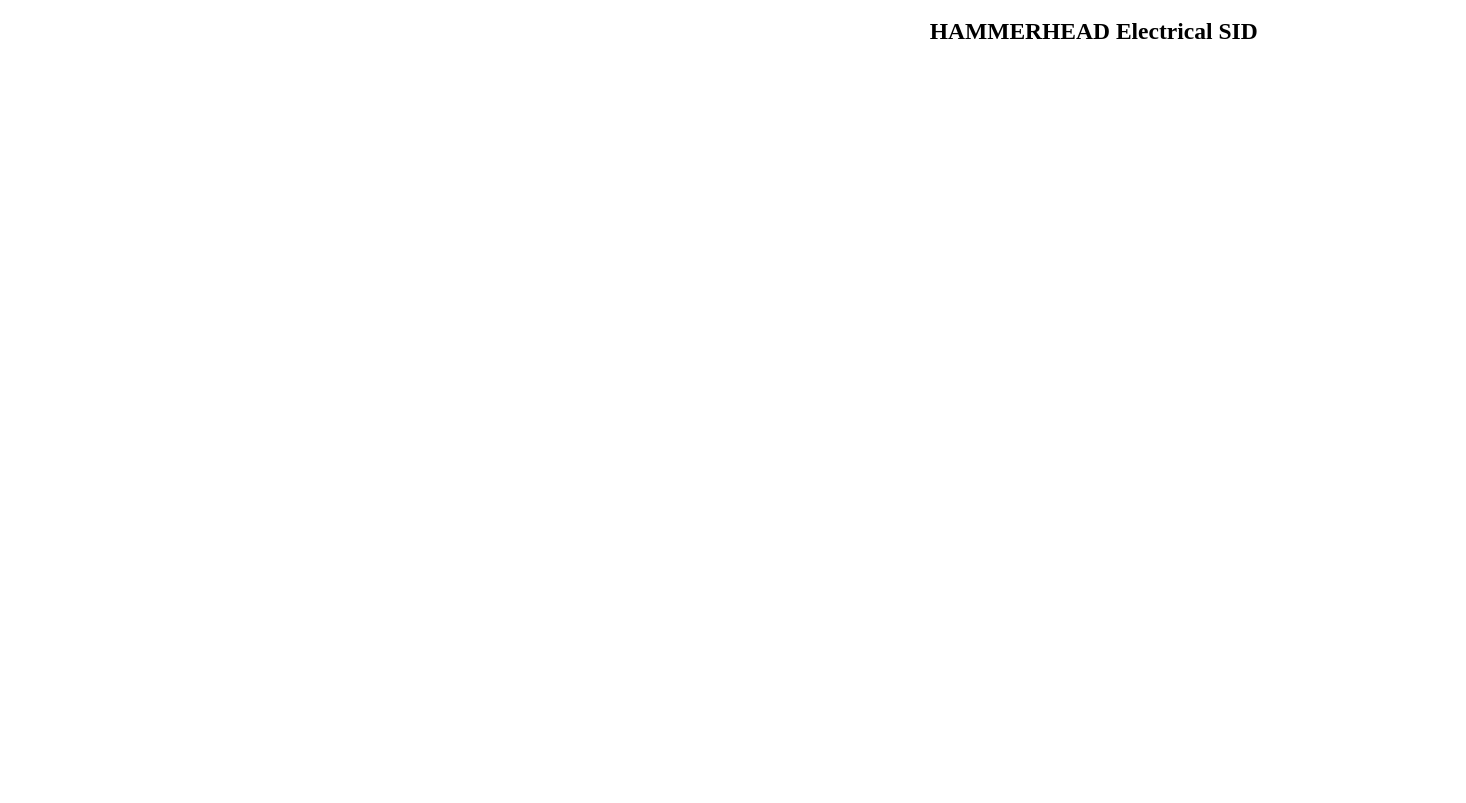
Above: HammerheadSID.drawio in sam4413/RobosubSIDs (draw.io), before the change. Source tidied: cells renumbered, new cells numbered last; positions are measured from the earlier drawing's top-left corner, leaving out a move shared by most shapes. Both pictures are drawn from the tidied source at 84%, with x=0, y=0 at pixel (737, 14).
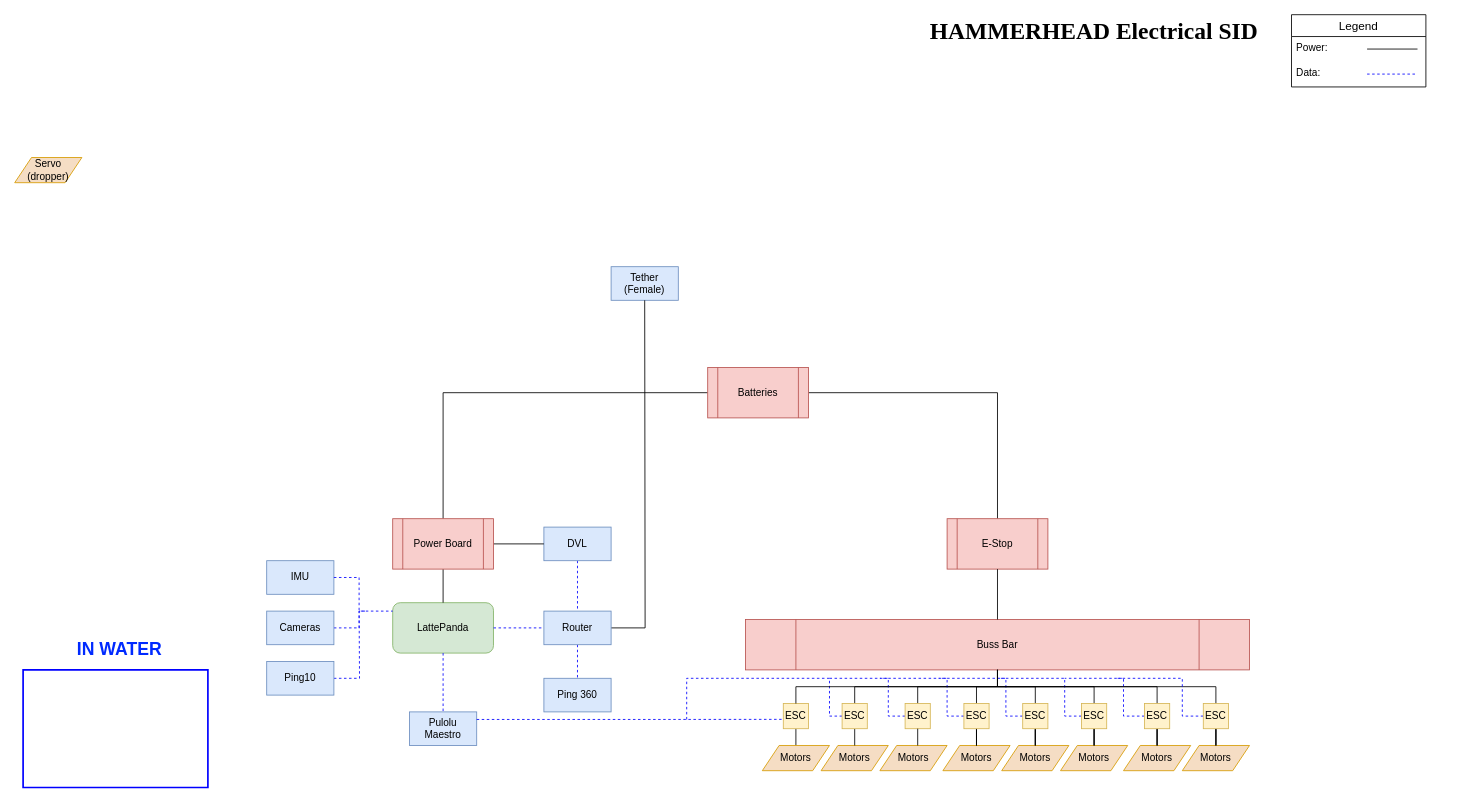
The same diagram, later.

What changed in the source:
```diff
@@
-<mxGraphModel>
+<mxGraphModel background="light-dark(#FFFFFF,#121212)">
@@
+    <mxCell id="3" value="LattePanda" style="rounded=1;whiteSpace=wrap;html=1;fillColor=#d5e8d4;strokeColor=#82b366;" parent="1" vertex="1">
+      <mxGeometry x="-410" y="700" width="120" height="60" as="geometry" />
+    </mxCell>
+    <mxCell id="4" value="IMU" style="rounded=0;whiteSpace=wrap;html=1;fillColor=#dae8fc;strokeColor=#6c8ebf;" parent="1" vertex="1">
+      <mxGeometry x="-560" y="650" width="80" height="40" as="geometry" />
+    </mxCell>
+    <mxCell id="5" style="edgeStyle=orthogonalEdgeStyle;rounded=0;jettySize=auto;html=1;endArrow=none;endFill=0;dashed=1;strokeColor=light-dark(#0000FF,#FFFFFF);" parent="1" edge="1" source="6" target="27">
+      <mxGeometry relative="1" as="geometry" />
+    </mxCell>
+    <mxCell id="6" value="&lt;div&gt;&lt;span style=&quot;background-color: transparent; color: light-dark(rgb(0, 0, 0), rgb(255, 255, 255));&quot;&gt;DVL&lt;/span&gt;&lt;/div&gt;" style="rounded=0;whiteSpace=wrap;html=1;fillColor=#dae8fc;strokeColor=#6c8ebf;" parent="1" vertex="1">
+      <mxGeometry x="-230" y="610" width="80" height="40" as="geometry" />
+    </mxCell>
+    <mxCell id="7" style="edgeStyle=orthogonalEdgeStyle;rounded=0;jettySize=auto;html=1;exitX=0.5;exitY=1;exitDx=0;exitDy=0;entryX=0.5;entryY=0;entryDx=0;entryDy=0;endArrow=none;endFill=0;" parent="1" edge="1" source="8" target="20">
+      <mxGeometry relative="1" as="geometry" />
+    </mxCell>
+    <mxCell id="8" value="ESC" style="whiteSpace=wrap;html=1;fillColor=#fff2cc;strokeColor=#d6b656;" parent="1" vertex="1">
+      <mxGeometry x="55" y="820" width="30" height="30" as="geometry" />
+    </mxCell>
+    <mxCell id="9" value="Pulolu Maestro" style="rounded=0;whiteSpace=wrap;html=1;fillColor=#dae8fc;strokeColor=#6c8ebf;" parent="1" vertex="1">
+      <mxGeometry x="-390" y="830" width="80" height="40" as="geometry" />
+    </mxCell>
+    <mxCell id="10" value="Legend" style="swimlane;fontStyle=0;horizontal=1;startSize=26;align=center;fontSize=14;" parent="1" vertex="1">
+      <mxGeometry x="660" width="160" height="86" as="geometry" />
+    </mxCell>
+    <mxCell id="11" value="Power:" style="text;strokeColor=none;fillColor=none;spacingLeft=4;spacingRight=4;overflow=hidden;fontSize=12;whiteSpace=wrap;html=1;" parent="10" vertex="1">
+      <mxGeometry y="26" width="160" height="30" as="geometry" />
+    </mxCell>
+    <mxCell id="12" value="Data:" style="text;strokeColor=none;fillColor=none;spacingLeft=4;spacingRight=4;overflow=hidden;fontSize=12;whiteSpace=wrap;html=1;" parent="10" vertex="1">
+      <mxGeometry y="56" width="160" height="30" as="geometry" />
+    </mxCell>
+    <mxCell id="13" style="endArrow=none;dashed=1;html=1;rounded=0;strokeColor=light-dark(#0000FF,#FFFFFF);" parent="10" edge="1">
+      <mxGeometry relative="1" as="geometry">
+        <mxPoint x="90" y="70.7" as="sourcePoint" />
+        <mxPoint x="150" y="70.7" as="targetPoint" />
+      </mxGeometry>
+    </mxCell>
+    <mxCell id="14" style="endArrow=none;html=1;rounded=0;" parent="1" edge="1">
+      <mxGeometry relative="1" as="geometry">
+        <mxPoint x="750" y="40.9" as="sourcePoint" />
+        <mxPoint x="810" y="40.9" as="targetPoint" />
+      </mxGeometry>
+    </mxCell>
+    <mxCell id="15" value="Tether (Female)" style="rounded=0;whiteSpace=wrap;html=1;fillColor=#dae8fc;strokeColor=#6c8ebf;" parent="1" vertex="1">
+      <mxGeometry x="-150" y="300" width="80" height="40" as="geometry" />
+    </mxCell>
+    <mxCell id="16" style="edgeStyle=orthogonalEdgeStyle;rounded=0;jettySize=auto;html=1;entryX=0.5;entryY=0;entryDx=0;entryDy=0;endArrow=none;endFill=0;" parent="1" edge="1" source="18" target="30">
+      <mxGeometry relative="1" as="geometry" />
+    </mxCell>
+    <mxCell id="17" style="edgeStyle=orthogonalEdgeStyle;rounded=0;jettySize=auto;html=1;entryX=0.5;entryY=0;entryDx=0;entryDy=0;endArrow=none;endFill=0;" parent="1" edge="1" source="18" target="24">
+      <mxGeometry relative="1" as="geometry" />
+    </mxCell>
+    <mxCell id="18" value="Batteries" style="shape=process;whiteSpace=wrap;html=1;backgroundOutline=1;fillColor=#f8cecc;strokeColor=#b85450;" parent="1" vertex="1">
+      <mxGeometry x="-35" y="420" width="120" height="60" as="geometry" />
+    </mxCell>
+    <mxCell id="19" value="Buss Bar" style="shape=process;whiteSpace=wrap;html=1;backgroundOutline=1;fillColor=#f8cecc;strokeColor=#b85450;" parent="1" vertex="1">
+      <mxGeometry x="10" y="720" width="600" height="60" as="geometry" />
+    </mxCell>
+    <mxCell id="20" value="Motors" style="shape=parallelogram;perimeter=parallelogramPerimeter;whiteSpace=wrap;html=1;fixedSize=1;fillColor=#F5DDC4;strokeColor=#d79b00;" parent="1" vertex="1">
+      <mxGeometry x="30" y="870" width="80" height="30" as="geometry" />
+    </mxCell>
+    <mxCell id="21" value="Servo (dropper)" style="shape=parallelogram;perimeter=parallelogramPerimeter;whiteSpace=wrap;html=1;fixedSize=1;fillColor=#F5DDC4;strokeColor=#d79b00;" parent="1" vertex="1">
+      <mxGeometry x="-860" y="170" width="80" height="30" as="geometry" />
+    </mxCell>
+    <mxCell id="22" style="edgeStyle=orthogonalEdgeStyle;rounded=0;jettySize=auto;html=1;endArrow=none;endFill=0;" parent="1" edge="1" source="24" target="3">
+      <mxGeometry relative="1" as="geometry" />
+    </mxCell>
+    <mxCell id="23" style="edgeStyle=orthogonalEdgeStyle;rounded=0;jettySize=auto;html=1;endArrow=none;endFill=0;" parent="1" edge="1" source="24" target="6">
+      <mxGeometry relative="1" as="geometry" />
+    </mxCell>
+    <mxCell id="24" value="Power Board" style="shape=process;whiteSpace=wrap;html=1;backgroundOutline=1;fillColor=#f8cecc;strokeColor=#b85450;" parent="1" vertex="1">
+      <mxGeometry x="-410" y="600" width="120" height="60" as="geometry" />
+    </mxCell>
+    <mxCell id="25" style="edgeStyle=orthogonalEdgeStyle;rounded=0;jettySize=auto;html=1;endArrow=none;endFill=0;dashed=1;strokeColor=light-dark(#0000FF,#FFFFFF);" parent="1" edge="1" source="27" target="71">
+      <mxGeometry relative="1" as="geometry" />
+    </mxCell>
+    <mxCell id="26" style="edgeStyle=orthogonalEdgeStyle;rounded=0;jettySize=auto;html=1;endArrow=none;endFill=0;" parent="1" edge="1" source="27">
+      <mxGeometry relative="1" as="geometry">
+        <mxPoint x="-110" y="340" as="targetPoint" />
+      </mxGeometry>
+    </mxCell>
+    <mxCell id="27" value="Router" style="rounded=0;whiteSpace=wrap;html=1;fillColor=#dae8fc;strokeColor=#6c8ebf;" parent="1" vertex="1">
+      <mxGeometry x="-230" y="710" width="80" height="40" as="geometry" />
+    </mxCell>
+    <mxCell id="28" style="endArrow=none;dashed=1;html=1;rounded=0;exitX=1;exitY=0.5;exitDx=0;exitDy=0;entryX=0;entryY=0.5;entryDx=0;entryDy=0;strokeColor=light-dark(#0000FF,#FFFFFF);" parent="1" edge="1" source="3" target="27">
+      <mxGeometry relative="1" as="geometry" />
+    </mxCell>
+    <mxCell id="29" style="endArrow=none;dashed=1;html=1;rounded=0;exitX=0.5;exitY=1;exitDx=0;exitDy=0;entryX=0.5;entryY=0;entryDx=0;entryDy=0;strokeColor=light-dark(#0000FF,#FFFFFF);" parent="1" edge="1" source="3" target="9">
+      <mxGeometry relative="1" as="geometry" />
+    </mxCell>
+    <mxCell id="30" value="E-Stop" style="shape=process;whiteSpace=wrap;html=1;backgroundOutline=1;fillColor=#f8cecc;strokeColor=#b85450;" parent="1" vertex="1">
+      <mxGeometry x="250" y="600" width="120" height="60" as="geometry" />
+    </mxCell>
+    <mxCell id="31" value="Motors" style="shape=parallelogram;perimeter=parallelogramPerimeter;whiteSpace=wrap;html=1;fixedSize=1;fillColor=#F5DDC4;strokeColor=#d79b00;" parent="1" vertex="1">
+      <mxGeometry x="100" y="870" width="80" height="30" as="geometry" />
+    </mxCell>
+    <mxCell id="32" value="Motors" style="shape=parallelogram;perimeter=parallelogramPerimeter;whiteSpace=wrap;html=1;fixedSize=1;fillColor=#F5DDC4;strokeColor=#d79b00;" parent="1" vertex="1">
+      <mxGeometry x="170" y="870" width="80" height="30" as="geometry" />
+    </mxCell>
+    <mxCell id="33" value="Motors" style="shape=parallelogram;perimeter=parallelogramPerimeter;whiteSpace=wrap;html=1;fixedSize=1;fillColor=#F5DDC4;strokeColor=#d79b00;" parent="1" vertex="1">
+      <mxGeometry x="245" y="870" width="80" height="30" as="geometry" />
+    </mxCell>
+    <mxCell id="34" value="Motors" style="shape=parallelogram;perimeter=parallelogramPerimeter;whiteSpace=wrap;html=1;fixedSize=1;fillColor=#F5DDC4;strokeColor=#d79b00;" parent="1" vertex="1">
+      <mxGeometry x="315" y="870" width="80" height="30" as="geometry" />
+    </mxCell>
+    <mxCell id="35" value="Motors" style="shape=parallelogram;perimeter=parallelogramPerimeter;whiteSpace=wrap;html=1;fixedSize=1;fillColor=#F5DDC4;strokeColor=#d79b00;" parent="1" vertex="1">
+      <mxGeometry x="385" y="870" width="80" height="30" as="geometry" />
+    </mxCell>
+    <mxCell id="36" value="Motors" style="shape=parallelogram;perimeter=parallelogramPerimeter;whiteSpace=wrap;html=1;fixedSize=1;fillColor=#F5DDC4;strokeColor=#d79b00;" parent="1" vertex="1">
+      <mxGeometry x="460" y="870" width="80" height="30" as="geometry" />
+    </mxCell>
+    <mxCell id="37" value="Motors" style="shape=parallelogram;perimeter=parallelogramPerimeter;whiteSpace=wrap;html=1;fixedSize=1;fillColor=#F5DDC4;strokeColor=#d79b00;" parent="1" vertex="1">
+      <mxGeometry x="530" y="870" width="80" height="30" as="geometry" />
+    </mxCell>
+    <mxCell id="38" style="edgeStyle=orthogonalEdgeStyle;rounded=0;jettySize=auto;html=1;endArrow=none;endFill=0;" parent="1" edge="1" source="41" target="19">
+      <mxGeometry relative="1" as="geometry" />
+    </mxCell>
+    <mxCell id="39" style="edgeStyle=orthogonalEdgeStyle;rounded=0;jettySize=auto;html=1;exitX=0.5;exitY=1;exitDx=0;exitDy=0;entryX=0.5;entryY=0;entryDx=0;entryDy=0;endArrow=none;endFill=0;" parent="1" edge="1" source="41" target="31">
+      <mxGeometry relative="1" as="geometry" />
+    </mxCell>
+    <mxCell id="40" style="edgeStyle=orthogonalEdgeStyle;rounded=0;jettySize=auto;html=1;exitX=0;exitY=0.5;exitDx=0;exitDy=0;endArrow=none;endFill=0;dashed=1;strokeColor=light-dark(#0000FF,#FFFFFF);" parent="1" edge="1" source="41">
+      <mxGeometry relative="1" as="geometry">
+        <mxPoint x="-60" y="840" as="targetPoint" />
+        <Array as="points">
+          <mxPoint x="110" y="835" />
+          <mxPoint x="110" y="790" />
+          <mxPoint x="-60" y="790" />
+        </Array>
+      </mxGeometry>
+    </mxCell>
+    <mxCell id="41" value="ESC" style="whiteSpace=wrap;html=1;fillColor=#fff2cc;strokeColor=#d6b656;" parent="1" vertex="1">
+      <mxGeometry x="125" y="820" width="30" height="30" as="geometry" />
+    </mxCell>
+    <mxCell id="42" style="edgeStyle=orthogonalEdgeStyle;rounded=0;jettySize=auto;html=1;endArrow=none;endFill=0;" parent="1" edge="1" source="44" target="19">
+      <mxGeometry relative="1" as="geometry" />
+    </mxCell>
+    <mxCell id="43" style="edgeStyle=orthogonalEdgeStyle;rounded=0;jettySize=auto;html=1;exitX=0;exitY=0.5;exitDx=0;exitDy=0;endArrow=none;endFill=0;dashed=1;strokeColor=light-dark(#0000FF,#FFFFFF);" parent="1" edge="1" source="44">
+      <mxGeometry relative="1" as="geometry">
+        <mxPoint x="110" y="790" as="targetPoint" />
+        <Array as="points">
+          <mxPoint x="180" y="835" />
+          <mxPoint x="180" y="790" />
+        </Array>
+      </mxGeometry>
+    </mxCell>
+    <mxCell id="44" value="ESC" style="whiteSpace=wrap;html=1;fillColor=#fff2cc;strokeColor=#d6b656;" parent="1" vertex="1">
+      <mxGeometry x="200" y="820" width="30" height="30" as="geometry" />
+    </mxCell>
+    <mxCell id="45" style="edgeStyle=orthogonalEdgeStyle;rounded=0;jettySize=auto;html=1;endArrow=none;endFill=0;" parent="1" edge="1" source="48" target="19">
+      <mxGeometry relative="1" as="geometry" />
+    </mxCell>
+    <mxCell id="46" style="edgeStyle=orthogonalEdgeStyle;rounded=0;jettySize=auto;html=1;endArrow=none;endFill=0;" parent="1" edge="1" source="48" target="33">
+      <mxGeometry relative="1" as="geometry" />
+    </mxCell>
+    <mxCell id="47" style="edgeStyle=orthogonalEdgeStyle;rounded=0;jettySize=auto;html=1;exitX=0;exitY=0.5;exitDx=0;exitDy=0;strokeColor=light-dark(#0000FF,#FFFFFF);endArrow=none;endFill=0;dashed=1;" parent="1" edge="1" source="48">
+      <mxGeometry relative="1" as="geometry">
+        <mxPoint x="170" y="790" as="targetPoint" />
+        <Array as="points">
+          <mxPoint x="250" y="835" />
+          <mxPoint x="250" y="790" />
+        </Array>
+      </mxGeometry>
+    </mxCell>
+    <mxCell id="48" value="ESC" style="whiteSpace=wrap;html=1;fillColor=#fff2cc;strokeColor=#d6b656;" parent="1" vertex="1">
+      <mxGeometry x="270" y="820" width="30" height="30" as="geometry" />
+    </mxCell>
+    <mxCell id="49" style="endArrow=none;html=1;rounded=0;entryX=0.5;entryY=1;entryDx=0;entryDy=0;exitX=0.5;exitY=0;exitDx=0;exitDy=0;" parent="1" edge="1" source="19" target="30">
+      <mxGeometry relative="1" as="geometry" />
+    </mxCell>
+    <mxCell id="50" style="edgeStyle=orthogonalEdgeStyle;rounded=0;jettySize=auto;html=1;endArrow=none;endFill=0;" parent="1" edge="1" source="53" target="19">
+      <mxGeometry relative="1" as="geometry" />
+    </mxCell>
+    <mxCell id="51" style="edgeStyle=orthogonalEdgeStyle;rounded=0;jettySize=auto;html=1;endArrow=none;endFill=0;" parent="1" edge="1" source="53" target="34">
+      <mxGeometry relative="1" as="geometry" />
+    </mxCell>
+    <mxCell id="52" style="edgeStyle=orthogonalEdgeStyle;rounded=0;jettySize=auto;html=1;exitX=0;exitY=0.5;exitDx=0;exitDy=0;endArrow=none;endFill=0;dashed=1;strokeColor=light-dark(#0000FF,#FFFFFF);" parent="1" edge="1" source="53">
+      <mxGeometry relative="1" as="geometry">
+        <mxPoint x="240" y="790" as="targetPoint" />
+        <Array as="points">
+          <mxPoint x="320" y="835" />
+          <mxPoint x="320" y="790" />
+        </Array>
+      </mxGeometry>
+    </mxCell>
+    <mxCell id="53" value="ESC" style="whiteSpace=wrap;html=1;fillColor=#fff2cc;strokeColor=#d6b656;" parent="1" vertex="1">
+      <mxGeometry x="340" y="820" width="30" height="30" as="geometry" />
+    </mxCell>
+    <mxCell id="54" style="edgeStyle=orthogonalEdgeStyle;rounded=0;jettySize=auto;html=1;endArrow=none;endFill=0;" parent="1" edge="1" source="57" target="19">
+      <mxGeometry relative="1" as="geometry" />
+    </mxCell>
+    <mxCell id="55" style="edgeStyle=orthogonalEdgeStyle;rounded=0;jettySize=auto;html=1;endArrow=none;endFill=0;" parent="1" edge="1" source="57" target="35">
+      <mxGeometry relative="1" as="geometry" />
+    </mxCell>
+    <mxCell id="56" style="edgeStyle=orthogonalEdgeStyle;rounded=0;jettySize=auto;html=1;exitX=0;exitY=0.5;exitDx=0;exitDy=0;strokeColor=light-dark(#0000FF,#FFFFFF);endArrow=none;endFill=0;dashed=1;" parent="1" edge="1" source="57">
+      <mxGeometry relative="1" as="geometry">
+        <mxPoint x="310" y="790" as="targetPoint" />
+        <Array as="points">
+          <mxPoint x="390" y="835" />
+          <mxPoint x="390" y="790" />
+        </Array>
+      </mxGeometry>
+    </mxCell>
+    <mxCell id="57" value="ESC" style="whiteSpace=wrap;html=1;fillColor=#fff2cc;strokeColor=#d6b656;" parent="1" vertex="1">
+      <mxGeometry x="410" y="820" width="30" height="30" as="geometry" />
+    </mxCell>
+    <mxCell id="58" style="edgeStyle=orthogonalEdgeStyle;rounded=0;jettySize=auto;html=1;endArrow=none;endFill=0;" parent="1" edge="1" source="61" target="19">
+      <mxGeometry relative="1" as="geometry" />
+    </mxCell>
+    <mxCell id="59" style="edgeStyle=orthogonalEdgeStyle;rounded=0;jettySize=auto;html=1;endArrow=none;endFill=0;" parent="1" edge="1" source="61" target="36">
+      <mxGeometry relative="1" as="geometry" />
+    </mxCell>
+    <mxCell id="60" style="edgeStyle=orthogonalEdgeStyle;rounded=0;jettySize=auto;html=1;exitX=0;exitY=0.5;exitDx=0;exitDy=0;strokeColor=light-dark(#0000FF,#FFFFFF);endArrow=none;endFill=0;dashed=1;" parent="1" edge="1" source="61">
+      <mxGeometry relative="1" as="geometry">
+        <mxPoint x="390" y="790" as="targetPoint" />
+        <Array as="points">
+          <mxPoint x="460" y="835" />
+          <mxPoint x="460" y="790" />
+        </Array>
+      </mxGeometry>
+    </mxCell>
+    <mxCell id="61" value="ESC" style="whiteSpace=wrap;html=1;fillColor=#fff2cc;strokeColor=#d6b656;" parent="1" vertex="1">
+      <mxGeometry x="485" y="820" width="30" height="30" as="geometry" />
+    </mxCell>
+    <mxCell id="62" style="edgeStyle=orthogonalEdgeStyle;rounded=0;jettySize=auto;html=1;endArrow=none;endFill=0;" parent="1" edge="1" source="65" target="19">
+      <mxGeometry relative="1" as="geometry" />
+    </mxCell>
+    <mxCell id="63" style="edgeStyle=orthogonalEdgeStyle;rounded=0;jettySize=auto;html=1;endArrow=none;endFill=0;" parent="1" edge="1" source="65" target="37">
+      <mxGeometry relative="1" as="geometry" />
+    </mxCell>
+    <mxCell id="64" style="edgeStyle=orthogonalEdgeStyle;rounded=0;jettySize=auto;html=1;exitX=0;exitY=0.5;exitDx=0;exitDy=0;endArrow=none;endFill=0;dashed=1;strokeColor=light-dark(#0000FF,#FFFFFF);" parent="1" edge="1" source="65">
+      <mxGeometry relative="1" as="geometry">
+        <mxPoint x="450" y="790" as="targetPoint" />
+        <Array as="points">
+          <mxPoint x="530" y="835" />
+          <mxPoint x="530" y="790" />
+        </Array>
+      </mxGeometry>
+    </mxCell>
+    <mxCell id="65" value="ESC" style="whiteSpace=wrap;html=1;fillColor=#fff2cc;strokeColor=#d6b656;" parent="1" vertex="1">
+      <mxGeometry x="555" y="820" width="30" height="30" as="geometry" />
+    </mxCell>
+    <mxCell id="66" style="edgeStyle=orthogonalEdgeStyle;rounded=0;jettySize=auto;html=1;exitX=0.5;exitY=0;exitDx=0;exitDy=0;endArrow=none;endFill=0;" parent="1" edge="1" source="8" target="19">
+      <mxGeometry relative="1" as="geometry">
+        <Array as="points">
+          <mxPoint x="70" y="800" />
+          <mxPoint x="310" y="800" />
+        </Array>
+      </mxGeometry>
+    </mxCell>
+    <mxCell id="67" style="edgeStyle=orthogonalEdgeStyle;rounded=0;jettySize=auto;html=1;exitX=0.5;exitY=1;exitDx=0;exitDy=0;endArrow=none;endFill=0;" parent="1" edge="1" source="44">
+      <mxGeometry relative="1" as="geometry">
+        <mxPoint x="215" y="870" as="targetPoint" />
+      </mxGeometry>
+    </mxCell>
+    <mxCell id="68" style="edgeStyle=orthogonalEdgeStyle;rounded=0;jettySize=auto;html=1;entryX=0.014;entryY=0.629;entryDx=0;entryDy=0;entryPerimeter=0;endArrow=none;endFill=0;dashed=1;strokeColor=light-dark(#0000FF,#FFFFFF);" parent="1" edge="1" source="9" target="8">
+      <mxGeometry relative="1" as="geometry">
+        <Array as="points">
+          <mxPoint x="-100" y="839" />
+          <mxPoint x="-100" y="839" />
+        </Array>
+      </mxGeometry>
+    </mxCell>
+    <mxCell id="69" style="edgeStyle=orthogonalEdgeStyle;rounded=0;jettySize=auto;html=1;endArrow=none;endFill=0;startArrow=none;startFill=0;dashed=1;strokeColor=light-dark(#0000FF,#FFFFFF);" parent="1" edge="1" source="70">
+      <mxGeometry relative="1" as="geometry">
+        <mxPoint x="-450" y="710" as="targetPoint" />
+      </mxGeometry>
+    </mxCell>
+    <mxCell id="70" value="Ping10" style="rounded=0;whiteSpace=wrap;html=1;fillColor=#dae8fc;strokeColor=#6c8ebf;" parent="1" vertex="1">
+      <mxGeometry x="-560" y="770" width="80" height="40" as="geometry" />
+    </mxCell>
+    <mxCell id="71" value="Ping 360" style="rounded=0;whiteSpace=wrap;html=1;fillColor=#dae8fc;strokeColor=#6c8ebf;" parent="1" vertex="1">
+      <mxGeometry x="-230" y="790" width="80" height="40" as="geometry" />
+    </mxCell>
+    <mxCell id="72" style="edgeStyle=orthogonalEdgeStyle;rounded=0;jettySize=auto;html=1;endArrow=none;endFill=0;dashed=1;strokeColor=light-dark(#0000FF,#FFFFFF);" parent="1" edge="1" source="73">
+      <mxGeometry relative="1" as="geometry">
+        <mxPoint x="-440" y="710" as="targetPoint" />
+        <Array as="points">
+          <mxPoint x="-450" y="730" />
+          <mxPoint x="-450" y="710" />
+        </Array>
+      </mxGeometry>
+    </mxCell>
+    <mxCell id="73" value="Cameras" style="rounded=0;whiteSpace=wrap;html=1;fillColor=#dae8fc;strokeColor=#6c8ebf;" parent="1" vertex="1">
+      <mxGeometry x="-560" y="710" width="80" height="40" as="geometry" />
+    </mxCell>
+    <mxCell id="74" style="verticalLabelPosition=bottom;verticalAlign=top;html=1;shape=mxgraph.basic.rect;fillColor2=none;strokeWidth=2;size=20;indent=5;fillColor=none;strokeColor=light-dark(#0000FF,#FFFFFF);" parent="1" vertex="1">
+      <mxGeometry x="-850" y="780" width="220" height="140" as="geometry" />
+    </mxCell>
+    <mxCell id="75" value="&lt;h2&gt;&lt;font style=&quot;font-size: 21px; color: light-dark(rgb(0, 42, 255), rgb(255, 255, 255));&quot;&gt;IN WATER&lt;/font&gt;&lt;/h2&gt;" style="text;html=1;whiteSpace=wrap;strokeColor=none;fillColor=none;align=center;verticalAlign=middle;rounded=0;" parent="1" vertex="1">
+      <mxGeometry x="-800" y="740" width="130" height="30" as="geometry" />
+    </mxCell>
+    <mxCell id="76" style="edgeStyle=orthogonalEdgeStyle;rounded=0;jettySize=auto;html=1;entryX=0;entryY=0.167;entryDx=0;entryDy=0;entryPerimeter=0;endArrow=none;endFill=0;dashed=1;strokeColor=light-dark(#0000FF,#FFFFFF);" parent="1" edge="1" source="4" target="3">
+      <mxGeometry relative="1" as="geometry">
+        <Array as="points">
+          <mxPoint x="-450" y="670" />
+          <mxPoint x="-450" y="710" />
+        </Array>
+      </mxGeometry>
+    </mxCell>
```
